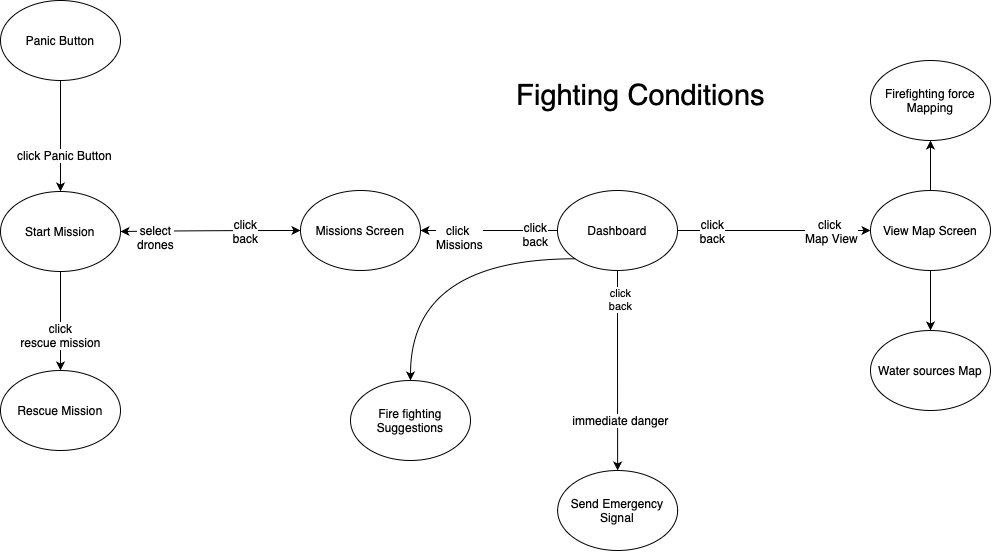
Before: StateDiagrams/Fighting.drawio.png, a diagram exported from draw.io (Fire-Prevention/fire-prevention). Source tidied: cells renumbered, new cells last; positions are measured from the earlier drawing's top-left corner, leaving out a move shared by most shapes.
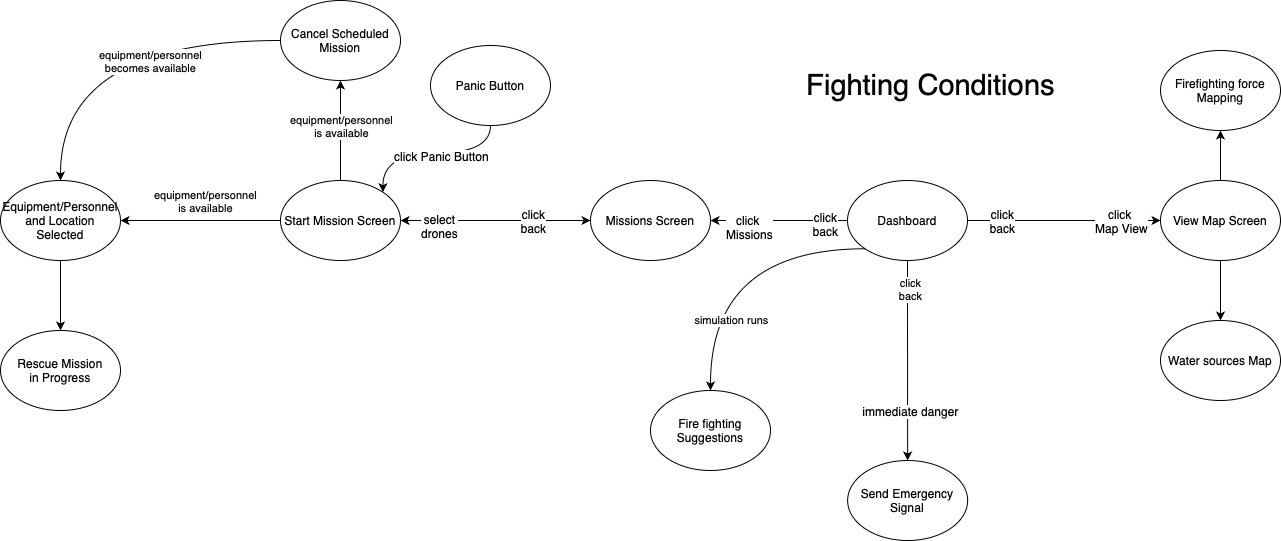
The same diagram one commit later.

Diff of the diagram source:
```diff
@@ -60,7 +60,7 @@
     <mxCell id="19" value="Missions Screen" style="ellipse;whiteSpace=wrap;html=1;" parent="18" vertex="1">
       <mxGeometry width="120" height="80" as="geometry" />
     </mxCell>
-    <mxCell id="20" style="edgeStyle=orthogonalEdgeStyle;curved=1;rounded=0;jettySize=auto;html=1;exitX=0;exitY=0.5;exitDx=0;exitDy=0;startArrow=classic;startFill=1;" parent="1" edge="1" source="19" target="23">
+    <mxCell id="20" style="edgeStyle=orthogonalEdgeStyle;curved=1;rounded=0;jettySize=auto;html=1;exitX=0;exitY=0.5;exitDx=0;exitDy=0;startArrow=classic;startFill=1;entryX=1;entryY=0.5;entryDx=0;entryDy=0;" parent="1" edge="1" source="19" target="41">
       <mxGeometry relative="1" as="geometry" />
     </mxCell>
     <mxCell id="21" value="select&lt;br&gt;drones" style="edgeLabel;html=1;align=center;verticalAlign=middle;fontSize=12;" parent="20" vertex="1">
@@ -71,12 +71,6 @@
     <mxCell id="22" value="click&lt;br&gt;back" style="edgeLabel;html=1;align=center;verticalAlign=middle;fontSize=12;" parent="20" vertex="1">
       <mxGeometry x="-0.39" relative="1" as="geometry" />
     </mxCell>
-    <mxCell id="23" style="group;" parent="1" vertex="1">
-      <mxGeometry y="191" width="120" height="80" as="geometry" />
-    </mxCell>
-    <mxCell id="24" value="Start Mission" style="ellipse;whiteSpace=wrap;html=1;" parent="23" vertex="1">
-      <mxGeometry width="120" height="80" as="geometry" />
-    </mxCell>
     <mxCell id="25" style="edgeStyle=orthogonalEdgeStyle;curved=1;rounded=0;jettySize=auto;html=1;exitX=0;exitY=0.5;exitDx=0;exitDy=0;entryX=1;entryY=0.5;entryDx=0;entryDy=0;fontSize=12;startArrow=none;startFill=0;" parent="1" edge="1" source="4" target="19">
       <mxGeometry relative="1" as="geometry" />
     </mxCell>
@@ -86,32 +80,71 @@
     <mxCell id="27" value="click&lt;br&gt;back" style="edgeLabel;html=1;align=center;verticalAlign=middle;fontSize=12;" parent="25" vertex="1">
       <mxGeometry x="-0.67" y="3" relative="1" as="geometry" />
     </mxCell>
-    <mxCell id="28" style="edgeStyle=orthogonalEdgeStyle;curved=1;rounded=0;jettySize=auto;html=1;exitX=0.5;exitY=1;exitDx=0;exitDy=0;entryX=0.5;entryY=0;entryDx=0;entryDy=0;fontSize=12;startArrow=none;startFill=0;" parent="1" edge="1" source="30" target="24">
+    <mxCell id="28" style="edgeStyle=orthogonalEdgeStyle;curved=1;rounded=0;jettySize=auto;html=1;exitX=0.5;exitY=1;exitDx=0;exitDy=0;entryX=1;entryY=0;entryDx=0;entryDy=0;fontSize=12;startArrow=none;startFill=0;" parent="1" edge="1" source="30" target="41">
       <mxGeometry relative="1" as="geometry" />
     </mxCell>
     <mxCell id="29" value="click Panic Button" style="edgeLabel;html=1;align=center;verticalAlign=middle;fontSize=12;" parent="28" vertex="1">
-      <mxGeometry x="0.34" y="3" relative="1" as="geometry" />
+      <mxGeometry x="0.34" y="3" relative="1" as="geometry">
+        <mxPoint x="39" as="offset" />
+      </mxGeometry>
     </mxCell>
     <mxCell id="30" value="Panic Button" style="ellipse;whiteSpace=wrap;html=1;fontSize=12;" parent="1" vertex="1">
-      <mxGeometry width="120" height="80" as="geometry" />
+      <mxGeometry x="140" y="55" width="120" height="80" as="geometry" />
     </mxCell>
-    <mxCell id="31" style="edgeStyle=orthogonalEdgeStyle;curved=1;rounded=0;jettySize=auto;html=1;exitX=0.5;exitY=1;exitDx=0;exitDy=0;fontSize=12;startArrow=none;startFill=0;" parent="1" edge="1" source="24" target="33">
-      <mxGeometry relative="1" as="geometry" />
-    </mxCell>
-    <mxCell id="32" value="click&lt;br&gt;rescue mission" style="edgeLabel;html=1;align=center;verticalAlign=middle;fontSize=12;" parent="31" vertex="1">
-      <mxGeometry x="0.28" y="-1" relative="1" as="geometry" />
-    </mxCell>
-    <mxCell id="33" value="Rescue Mission" style="ellipse;whiteSpace=wrap;html=1;fontSize=12;" parent="1" vertex="1">
-      <mxGeometry y="370" width="120" height="80" as="geometry" />
+    <mxCell id="33" value="Rescue Mission&lt;br&gt;in Progress" style="ellipse;whiteSpace=wrap;html=1;fontSize=12;" parent="1" vertex="1">
+      <mxGeometry x="-290" y="340" width="120" height="80" as="geometry" />
     </mxCell>
     <mxCell id="34" style="edgeStyle=orthogonalEdgeStyle;curved=1;rounded=0;jettySize=auto;html=1;exitX=0;exitY=1;exitDx=0;exitDy=0;fontSize=12;startArrow=none;startFill=0;" parent="1" edge="1" source="4" target="35">
       <mxGeometry relative="1" as="geometry" />
     </mxCell>
+    <mxCell id="37" value="simulation runs" style="edgeLabel;html=1;align=center;verticalAlign=middle;" parent="34" vertex="1">
+      <mxGeometry x="0.3" y="36" relative="1" as="geometry">
+        <mxPoint x="-16" y="34" as="offset" />
+      </mxGeometry>
+    </mxCell>
     <mxCell id="35" style="group;fontSize=12;" parent="1" vertex="1">
-      <mxGeometry x="350" y="380" width="120" height="80" as="geometry" />
+      <mxGeometry x="360" y="400" width="120" height="80" as="geometry" />
     </mxCell>
     <mxCell id="36" value="Fire fighting Suggestions" style="ellipse;whiteSpace=wrap;html=1;fontSize=12;" parent="35" vertex="1">
       <mxGeometry width="120" height="80" as="geometry" />
     </mxCell>
+    <mxCell id="38" style="edgeStyle=orthogonalEdgeStyle;rounded=0;jettySize=auto;html=1;exitX=0;exitY=0.5;exitDx=0;exitDy=0;" parent="1" edge="1" source="41" target="43">
+      <mxGeometry relative="1" as="geometry" />
+    </mxCell>
+    <mxCell id="39" value="equipment/personnel &lt;br&gt;is available" style="edgeLabel;html=1;align=center;verticalAlign=middle;" parent="38" vertex="1">
+      <mxGeometry x="0.05" y="1" relative="1" as="geometry">
+        <mxPoint x="9" y="-21" as="offset" />
+      </mxGeometry>
+    </mxCell>
+    <mxCell id="40" style="edgeStyle=orthogonalEdgeStyle;rounded=0;jettySize=auto;html=1;exitX=0.5;exitY=0;exitDx=0;exitDy=0;curved=1;" parent="1" edge="1" source="41" target="47">
+      <mxGeometry relative="1" as="geometry" />
+    </mxCell>
+    <mxCell id="41" value="Start Mission Screen" style="ellipse;whiteSpace=wrap;html=1;" parent="1" vertex="1">
+      <mxGeometry x="-10" y="190" width="120" height="80" as="geometry" />
+    </mxCell>
+    <mxCell id="42" style="edgeStyle=orthogonalEdgeStyle;rounded=0;jettySize=auto;html=1;exitX=0.5;exitY=1;exitDx=0;exitDy=0;" parent="1" edge="1" source="43" target="33">
+      <mxGeometry relative="1" as="geometry" />
+    </mxCell>
+    <mxCell id="43" value="Equipment/Personnel and Location Selected" style="ellipse;whiteSpace=wrap;html=1;" parent="1" vertex="1">
+      <mxGeometry x="-290" y="190" width="120" height="80" as="geometry" />
+    </mxCell>
+    <mxCell id="44" value="equipment/personnel &lt;br&gt;is available" style="edgeLabel;html=1;align=center;verticalAlign=middle;" parent="1" vertex="1">
+      <mxGeometry x="50" y="135" as="geometry" />
+    </mxCell>
+    <mxCell id="45" style="edgeStyle=orthogonalEdgeStyle;rounded=0;jettySize=auto;html=1;exitX=0;exitY=0.5;exitDx=0;exitDy=0;entryX=0.5;entryY=0;entryDx=0;entryDy=0;curved=1;" parent="1" edge="1" source="47" target="43">
+      <mxGeometry relative="1" as="geometry">
+        <Array as="points">
+          <mxPoint x="-230" y="50" />
+        </Array>
+      </mxGeometry>
+    </mxCell>
+    <mxCell id="46" value="equipment/personnel &lt;br&gt;becomes available" style="edgeLabel;html=1;align=center;verticalAlign=middle;" parent="45" vertex="1">
+      <mxGeometry x="-0.13" y="29" relative="1" as="geometry">
+        <mxPoint x="26" y="-9" as="offset" />
+      </mxGeometry>
+    </mxCell>
+    <mxCell id="47" value="Cancel Scheduled Mission" style="ellipse;whiteSpace=wrap;html=1;" parent="1" vertex="1">
+      <mxGeometry x="-10" y="10" width="120" height="80" as="geometry" />
+    </mxCell>
   </root>
 </mxGraphModel>
```
